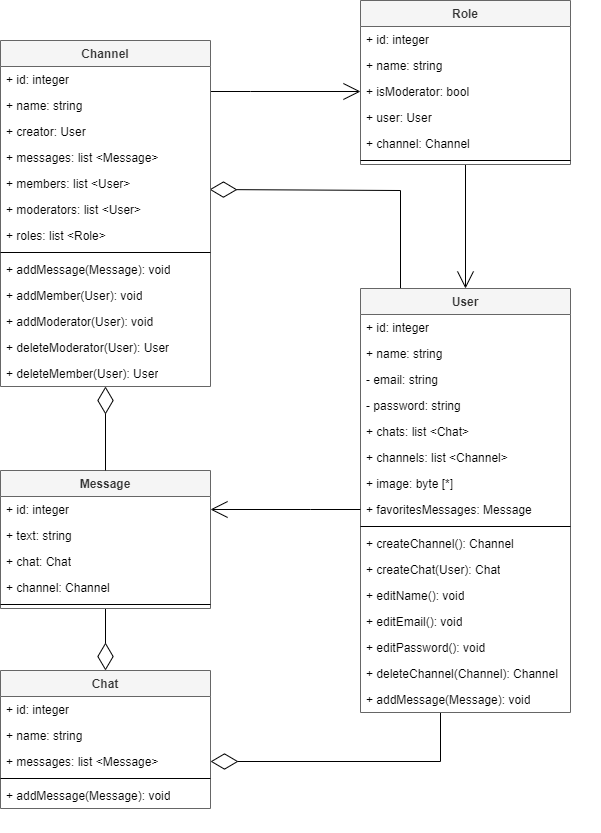
Above: Diagrams/Class Diagram/Диаграмма классов.png in TouristTokyo/messenger_project (draw.io), before the change. Source tidied: cells renumbered, new cells last; positions are measured from the earlier drawing's top-left corner, leaving out a move shared by most shapes. Source of this version:
```xml
<mxGraphModel>
  <root>
    <mxCell id="0" />
    <mxCell id="1" parent="0" />
    <mxCell id="2" style="edgeStyle=orthogonalEdgeStyle;rounded=0;jettySize=auto;html=1;entryX=1;entryY=0.5;entryDx=0;entryDy=0;endArrow=diamondThin;endFill=0;endSize=25;startArrow=none;startFill=0;" parent="1" edge="1" source="4" target="25">
      <mxGeometry relative="1" as="geometry">
        <Array as="points">
          <mxPoint x="440" y="761" />
        </Array>
      </mxGeometry>
    </mxCell>
    <mxCell id="3" style="edgeStyle=orthogonalEdgeStyle;rounded=0;jettySize=auto;html=1;entryX=0.995;entryY=0.731;entryDx=0;entryDy=0;entryPerimeter=0;endArrow=diamondThin;endFill=0;endSize=25;" parent="1" edge="1" source="4" target="41">
      <mxGeometry relative="1" as="geometry">
        <Array as="points">
          <mxPoint x="400" y="190" />
          <mxPoint x="209" y="190" />
        </Array>
      </mxGeometry>
    </mxCell>
    <mxCell id="4" value="User" style="swimlane;fontStyle=1;align=center;verticalAlign=top;horizontal=1;startSize=26;whiteSpace=wrap;html=1;fillColor=#f5f5f5;strokeColor=#666666;fontColor=#333333;" parent="1" vertex="1">
      <mxGeometry x="360" y="288" width="210" height="424" as="geometry" />
    </mxCell>
    <mxCell id="5" value="+ id: integer" style="text;strokeColor=none;fillColor=none;align=left;verticalAlign=top;spacingLeft=4;spacingRight=4;overflow=hidden;whiteSpace=wrap;html=1;" parent="4" vertex="1">
      <mxGeometry y="26" width="210" height="26" as="geometry" />
    </mxCell>
    <mxCell id="6" value="+ name: string" style="text;strokeColor=none;fillColor=none;align=left;verticalAlign=top;spacingLeft=4;spacingRight=4;overflow=hidden;whiteSpace=wrap;html=1;" parent="4" vertex="1">
      <mxGeometry y="52" width="210" height="26" as="geometry" />
    </mxCell>
    <mxCell id="7" value="- email: string" style="text;strokeColor=none;fillColor=none;align=left;verticalAlign=top;spacingLeft=4;spacingRight=4;overflow=hidden;whiteSpace=wrap;html=1;" parent="4" vertex="1">
      <mxGeometry y="78" width="210" height="26" as="geometry" />
    </mxCell>
    <mxCell id="8" value="- password: string" style="text;strokeColor=none;fillColor=none;align=left;verticalAlign=top;spacingLeft=4;spacingRight=4;overflow=hidden;whiteSpace=wrap;html=1;" parent="4" vertex="1">
      <mxGeometry y="104" width="210" height="26" as="geometry" />
    </mxCell>
    <mxCell id="9" value="+ chats: list &amp;lt;Chat&amp;gt;" style="text;strokeColor=none;fillColor=none;align=left;verticalAlign=top;spacingLeft=4;spacingRight=4;overflow=hidden;whiteSpace=wrap;html=1;" parent="4" vertex="1">
      <mxGeometry y="130" width="210" height="26" as="geometry" />
    </mxCell>
    <mxCell id="10" value="+ channels: list &amp;lt;Channel&amp;gt;" style="text;strokeColor=none;fillColor=none;align=left;verticalAlign=top;spacingLeft=4;spacingRight=4;overflow=hidden;whiteSpace=wrap;html=1;" parent="4" vertex="1">
      <mxGeometry y="156" width="210" height="26" as="geometry" />
    </mxCell>
    <mxCell id="11" value="+ image: byte [*]&amp;nbsp;" style="text;strokeColor=none;fillColor=none;align=left;verticalAlign=top;spacingLeft=4;spacingRight=4;overflow=hidden;whiteSpace=wrap;html=1;" parent="4" vertex="1">
      <mxGeometry y="182" width="210" height="26" as="geometry" />
    </mxCell>
    <mxCell id="12" value="+ favoritesMessages: Message&amp;nbsp;" style="text;strokeColor=none;fillColor=none;align=left;verticalAlign=top;spacingLeft=4;spacingRight=4;overflow=hidden;points=[[0,0.5],[1,0.5]];portConstraint=eastwest;whiteSpace=wrap;html=1;" parent="4" vertex="1">
      <mxGeometry y="208" width="210" height="26" as="geometry" />
    </mxCell>
    <mxCell id="13" style="line;strokeWidth=1;fillColor=none;align=left;verticalAlign=middle;spacingTop=-1;spacingLeft=3;spacingRight=3;labelPosition=right;strokeColor=default;" parent="4" vertex="1">
      <mxGeometry y="234" width="210" height="8" as="geometry" />
    </mxCell>
    <mxCell id="14" value="+ createChannel(): Channel" style="text;strokeColor=none;fillColor=none;align=left;verticalAlign=top;spacingLeft=4;spacingRight=4;overflow=hidden;whiteSpace=wrap;html=1;" parent="4" vertex="1">
      <mxGeometry y="242" width="210" height="26" as="geometry" />
    </mxCell>
    <mxCell id="15" value="+ createChat(User): Chat" style="text;strokeColor=none;fillColor=none;align=left;verticalAlign=top;spacingLeft=4;spacingRight=4;overflow=hidden;whiteSpace=wrap;html=1;" parent="4" vertex="1">
      <mxGeometry y="268" width="210" height="26" as="geometry" />
    </mxCell>
    <mxCell id="16" value="+ editName(): void" style="text;strokeColor=none;fillColor=none;align=left;verticalAlign=top;spacingLeft=4;spacingRight=4;overflow=hidden;whiteSpace=wrap;html=1;" parent="4" vertex="1">
      <mxGeometry y="294" width="210" height="26" as="geometry" />
    </mxCell>
    <mxCell id="17" value="+ editEmail(): void" style="text;strokeColor=none;fillColor=none;align=left;verticalAlign=top;spacingLeft=4;spacingRight=4;overflow=hidden;whiteSpace=wrap;html=1;" parent="4" vertex="1">
      <mxGeometry y="320" width="210" height="26" as="geometry" />
    </mxCell>
    <mxCell id="18" value="+ editPassword(): void" style="text;strokeColor=none;fillColor=none;align=left;verticalAlign=top;spacingLeft=4;spacingRight=4;overflow=hidden;whiteSpace=wrap;html=1;" parent="4" vertex="1">
      <mxGeometry y="346" width="210" height="26" as="geometry" />
    </mxCell>
    <mxCell id="19" value="+ deleteChannel(Channel): Channel" style="text;strokeColor=none;fillColor=none;align=left;verticalAlign=top;spacingLeft=4;spacingRight=4;overflow=hidden;whiteSpace=wrap;html=1;" parent="4" vertex="1">
      <mxGeometry y="372" width="210" height="26" as="geometry" />
    </mxCell>
    <mxCell id="20" value="+ addMessage(Message): void" style="text;strokeColor=none;fillColor=none;align=left;verticalAlign=top;spacingLeft=4;spacingRight=4;overflow=hidden;whiteSpace=wrap;html=1;" parent="4" vertex="1">
      <mxGeometry y="398" width="210" height="26" as="geometry" />
    </mxCell>
    <mxCell id="21" style="edgeStyle=orthogonalEdgeStyle;rounded=0;jettySize=auto;html=1;entryX=0.5;entryY=1;entryDx=0;entryDy=0;endArrow=none;endFill=0;startArrow=diamondThin;startFill=0;startSize=25;" parent="1" edge="1" source="22" target="28">
      <mxGeometry relative="1" as="geometry" />
    </mxCell>
    <mxCell id="22" value="Chat" style="swimlane;fontStyle=1;align=center;verticalAlign=top;horizontal=1;startSize=26;whiteSpace=wrap;html=1;fillColor=#f5f5f5;strokeColor=#666666;fontColor=#333333;" parent="1" vertex="1">
      <mxGeometry y="670" width="210" height="138" as="geometry" />
    </mxCell>
    <mxCell id="23" value="+ id: integer" style="text;strokeColor=none;fillColor=none;align=left;verticalAlign=top;spacingLeft=4;spacingRight=4;overflow=hidden;whiteSpace=wrap;html=1;" parent="22" vertex="1">
      <mxGeometry y="26" width="210" height="26" as="geometry" />
    </mxCell>
    <mxCell id="24" value="+ name: string" style="text;strokeColor=none;fillColor=none;align=left;verticalAlign=top;spacingLeft=4;spacingRight=4;overflow=hidden;whiteSpace=wrap;html=1;" parent="22" vertex="1">
      <mxGeometry y="52" width="210" height="26" as="geometry" />
    </mxCell>
    <mxCell id="25" value="+ messages: list &amp;lt;Message&amp;gt;" style="text;strokeColor=none;fillColor=none;align=left;verticalAlign=top;spacingLeft=4;spacingRight=4;overflow=hidden;points=[[0,0.5],[1,0.5]];portConstraint=eastwest;whiteSpace=wrap;html=1;" parent="22" vertex="1">
      <mxGeometry y="78" width="210" height="26" as="geometry" />
    </mxCell>
    <mxCell id="26" style="line;strokeWidth=1;fillColor=none;align=left;verticalAlign=middle;spacingTop=-1;spacingLeft=3;spacingRight=3;labelPosition=right;strokeColor=default;" parent="22" vertex="1">
      <mxGeometry y="104" width="210" height="8" as="geometry" />
    </mxCell>
    <mxCell id="27" value="+ addMessage(Message): void" style="text;strokeColor=none;fillColor=none;align=left;verticalAlign=top;spacingLeft=4;spacingRight=4;overflow=hidden;whiteSpace=wrap;html=1;" parent="22" vertex="1">
      <mxGeometry y="112" width="210" height="26" as="geometry" />
    </mxCell>
    <mxCell id="28" value="Message" style="swimlane;fontStyle=1;align=center;verticalAlign=top;horizontal=1;startSize=26;whiteSpace=wrap;html=1;fillColor=#f5f5f5;strokeColor=#666666;fontColor=#333333;" parent="1" vertex="1">
      <mxGeometry y="470" width="210" height="138" as="geometry" />
    </mxCell>
    <mxCell id="29" value="+ id: integer" style="text;strokeColor=none;fillColor=none;align=left;verticalAlign=top;spacingLeft=4;spacingRight=4;overflow=hidden;points=[[0,0.5],[1,0.5]];portConstraint=eastwest;whiteSpace=wrap;html=1;" parent="28" vertex="1">
      <mxGeometry y="26" width="210" height="26" as="geometry" />
    </mxCell>
    <mxCell id="30" value="+ text: string" style="text;strokeColor=none;fillColor=none;align=left;verticalAlign=top;spacingLeft=4;spacingRight=4;overflow=hidden;whiteSpace=wrap;html=1;" parent="28" vertex="1">
      <mxGeometry y="52" width="210" height="26" as="geometry" />
    </mxCell>
    <mxCell id="31" value="+ chat: Chat" style="text;strokeColor=none;fillColor=none;align=left;verticalAlign=top;spacingLeft=4;spacingRight=4;overflow=hidden;whiteSpace=wrap;html=1;" parent="28" vertex="1">
      <mxGeometry y="78" width="210" height="26" as="geometry" />
    </mxCell>
    <mxCell id="32" value="+ channel: Channel" style="text;strokeColor=none;fillColor=none;align=left;verticalAlign=top;spacingLeft=4;spacingRight=4;overflow=hidden;whiteSpace=wrap;html=1;" parent="28" vertex="1">
      <mxGeometry y="104" width="210" height="26" as="geometry" />
    </mxCell>
    <mxCell id="33" style="line;strokeWidth=1;fillColor=none;align=left;verticalAlign=middle;spacingTop=-1;spacingLeft=3;spacingRight=3;labelPosition=right;strokeColor=default;" parent="28" vertex="1">
      <mxGeometry y="130" width="210" height="8" as="geometry" />
    </mxCell>
    <mxCell id="34" style="edgeStyle=orthogonalEdgeStyle;rounded=0;jettySize=auto;html=1;endArrow=none;endFill=0;startArrow=diamondThin;startFill=0;targetPerimeterSpacing=0;sourcePerimeterSpacing=0;startSize=25;" parent="1" edge="1" source="36" target="28">
      <mxGeometry relative="1" as="geometry" />
    </mxCell>
    <mxCell id="35" style="edgeStyle=orthogonalEdgeStyle;rounded=0;jettySize=auto;html=1;entryX=0;entryY=0.5;entryDx=0;entryDy=0;endArrow=open;endFill=0;endSize=15;" parent="1" edge="1" source="36" target="54">
      <mxGeometry relative="1" as="geometry">
        <Array as="points">
          <mxPoint x="250" y="91" />
          <mxPoint x="250" y="91" />
        </Array>
      </mxGeometry>
    </mxCell>
    <mxCell id="36" value="Channel" style="swimlane;fontStyle=1;align=center;verticalAlign=top;horizontal=1;startSize=26;whiteSpace=wrap;html=1;fillColor=#f5f5f5;strokeColor=#666666;fontColor=#333333;" parent="1" vertex="1">
      <mxGeometry y="40" width="210" height="346" as="geometry" />
    </mxCell>
    <mxCell id="37" value="+ id: integer" style="text;strokeColor=none;fillColor=none;align=left;verticalAlign=top;spacingLeft=4;spacingRight=4;overflow=hidden;whiteSpace=wrap;html=1;" parent="36" vertex="1">
      <mxGeometry y="26" width="210" height="26" as="geometry" />
    </mxCell>
    <mxCell id="38" value="+ name: string" style="text;strokeColor=none;fillColor=none;align=left;verticalAlign=top;spacingLeft=4;spacingRight=4;overflow=hidden;whiteSpace=wrap;html=1;" parent="36" vertex="1">
      <mxGeometry y="52" width="210" height="26" as="geometry" />
    </mxCell>
    <mxCell id="39" value="+ creator: User" style="text;strokeColor=none;fillColor=none;align=left;verticalAlign=top;spacingLeft=4;spacingRight=4;overflow=hidden;whiteSpace=wrap;html=1;" parent="36" vertex="1">
      <mxGeometry y="78" width="210" height="26" as="geometry" />
    </mxCell>
    <mxCell id="40" value="+ messages: list &amp;lt;Message&amp;gt;" style="text;strokeColor=none;fillColor=none;align=left;verticalAlign=top;spacingLeft=4;spacingRight=4;overflow=hidden;whiteSpace=wrap;html=1;" parent="36" vertex="1">
      <mxGeometry y="104" width="210" height="26" as="geometry" />
    </mxCell>
    <mxCell id="41" value="+ members: list &amp;lt;User&amp;gt;" style="text;strokeColor=none;fillColor=none;align=left;verticalAlign=top;spacingLeft=4;spacingRight=4;overflow=hidden;points=[[0,0.5],[1,0.5]];portConstraint=eastwest;whiteSpace=wrap;html=1;" parent="36" vertex="1">
      <mxGeometry y="130" width="210" height="26" as="geometry" />
    </mxCell>
    <mxCell id="42" value="+ moderators: list &amp;lt;User&amp;gt;" style="text;strokeColor=none;fillColor=none;align=left;verticalAlign=top;spacingLeft=4;spacingRight=4;overflow=hidden;whiteSpace=wrap;html=1;" parent="36" vertex="1">
      <mxGeometry y="156" width="210" height="26" as="geometry" />
    </mxCell>
    <mxCell id="43" value="+ roles: list &amp;lt;Role&amp;gt;" style="text;strokeColor=none;fillColor=none;align=left;verticalAlign=top;spacingLeft=4;spacingRight=4;overflow=hidden;whiteSpace=wrap;html=1;" parent="36" vertex="1">
      <mxGeometry y="182" width="210" height="26" as="geometry" />
    </mxCell>
    <mxCell id="44" style="line;strokeWidth=1;fillColor=none;align=left;verticalAlign=middle;spacingTop=-1;spacingLeft=3;spacingRight=3;labelPosition=right;strokeColor=default;" parent="36" vertex="1">
      <mxGeometry y="208" width="210" height="8" as="geometry" />
    </mxCell>
    <mxCell id="45" value="+ addMessage(Message): void" style="text;strokeColor=none;fillColor=none;align=left;verticalAlign=top;spacingLeft=4;spacingRight=4;overflow=hidden;whiteSpace=wrap;html=1;" parent="36" vertex="1">
      <mxGeometry y="216" width="210" height="26" as="geometry" />
    </mxCell>
    <mxCell id="46" value="+ addMember(User): void" style="text;strokeColor=none;fillColor=none;align=left;verticalAlign=top;spacingLeft=4;spacingRight=4;overflow=hidden;whiteSpace=wrap;html=1;" parent="36" vertex="1">
      <mxGeometry y="242" width="210" height="26" as="geometry" />
    </mxCell>
    <mxCell id="47" value="+ addModerator(User): void" style="text;strokeColor=none;fillColor=none;align=left;verticalAlign=top;spacingLeft=4;spacingRight=4;overflow=hidden;whiteSpace=wrap;html=1;" parent="36" vertex="1">
      <mxGeometry y="268" width="210" height="26" as="geometry" />
    </mxCell>
    <mxCell id="48" value="+ deleteModerator(User): User" style="text;strokeColor=none;fillColor=none;align=left;verticalAlign=top;spacingLeft=4;spacingRight=4;overflow=hidden;whiteSpace=wrap;html=1;" parent="36" vertex="1">
      <mxGeometry y="294" width="210" height="26" as="geometry" />
    </mxCell>
    <mxCell id="49" value="+ deleteMember(User): User" style="text;strokeColor=none;fillColor=none;align=left;verticalAlign=top;spacingLeft=4;spacingRight=4;overflow=hidden;whiteSpace=wrap;html=1;" parent="36" vertex="1">
      <mxGeometry y="320" width="210" height="26" as="geometry" />
    </mxCell>
    <mxCell id="50" style="edgeStyle=orthogonalEdgeStyle;rounded=0;jettySize=auto;html=1;entryX=0.5;entryY=0;entryDx=0;entryDy=0;endArrow=open;endFill=0;endSize=15;" parent="1" edge="1" source="51" target="4">
      <mxGeometry relative="1" as="geometry" />
    </mxCell>
    <mxCell id="51" value="Role" style="swimlane;fontStyle=1;align=center;verticalAlign=top;horizontal=1;startSize=26;whiteSpace=wrap;html=1;fillColor=#f5f5f5;strokeColor=#666666;fontColor=#333333;" parent="1" vertex="1">
      <mxGeometry x="360" width="210" height="164" as="geometry" />
    </mxCell>
    <mxCell id="52" value="+ id: integer" style="text;strokeColor=none;fillColor=none;align=left;verticalAlign=top;spacingLeft=4;spacingRight=4;overflow=hidden;whiteSpace=wrap;html=1;" parent="51" vertex="1">
      <mxGeometry y="26" width="210" height="26" as="geometry" />
    </mxCell>
    <mxCell id="53" value="+ name: string" style="text;strokeColor=none;fillColor=none;align=left;verticalAlign=top;spacingLeft=4;spacingRight=4;overflow=hidden;whiteSpace=wrap;html=1;" parent="51" vertex="1">
      <mxGeometry y="52" width="210" height="26" as="geometry" />
    </mxCell>
    <mxCell id="54" value="+ isModerator: bool" style="text;strokeColor=none;fillColor=none;align=left;verticalAlign=top;spacingLeft=4;spacingRight=4;overflow=hidden;points=[[0,0.5],[1,0.5]];portConstraint=eastwest;whiteSpace=wrap;html=1;" parent="51" vertex="1">
      <mxGeometry y="78" width="210" height="26" as="geometry" />
    </mxCell>
    <mxCell id="55" value="+ user: User" style="text;strokeColor=none;fillColor=none;align=left;verticalAlign=top;spacingLeft=4;spacingRight=4;overflow=hidden;whiteSpace=wrap;html=1;" parent="51" vertex="1">
      <mxGeometry y="104" width="210" height="26" as="geometry" />
    </mxCell>
    <mxCell id="56" value="+ channel: Channel" style="text;strokeColor=none;fillColor=none;align=left;verticalAlign=top;spacingLeft=4;spacingRight=4;overflow=hidden;whiteSpace=wrap;html=1;" parent="51" vertex="1">
      <mxGeometry y="130" width="210" height="26" as="geometry" />
    </mxCell>
    <mxCell id="57" style="line;strokeWidth=1;fillColor=none;align=left;verticalAlign=middle;spacingTop=-1;spacingLeft=3;spacingRight=3;labelPosition=right;strokeColor=default;" parent="51" vertex="1">
      <mxGeometry y="156" width="210" height="8" as="geometry" />
    </mxCell>
    <mxCell id="58" style="edgeStyle=orthogonalEdgeStyle;rounded=0;jettySize=auto;html=1;entryX=1;entryY=0.5;entryDx=0;entryDy=0;endArrow=open;endFill=0;endSize=15;" parent="1" edge="1" source="12" target="29">
      <mxGeometry relative="1" as="geometry">
        <Array as="points">
          <mxPoint x="310" y="509" />
          <mxPoint x="310" y="509" />
        </Array>
      </mxGeometry>
    </mxCell>
  </root>
</mxGraphModel>
```
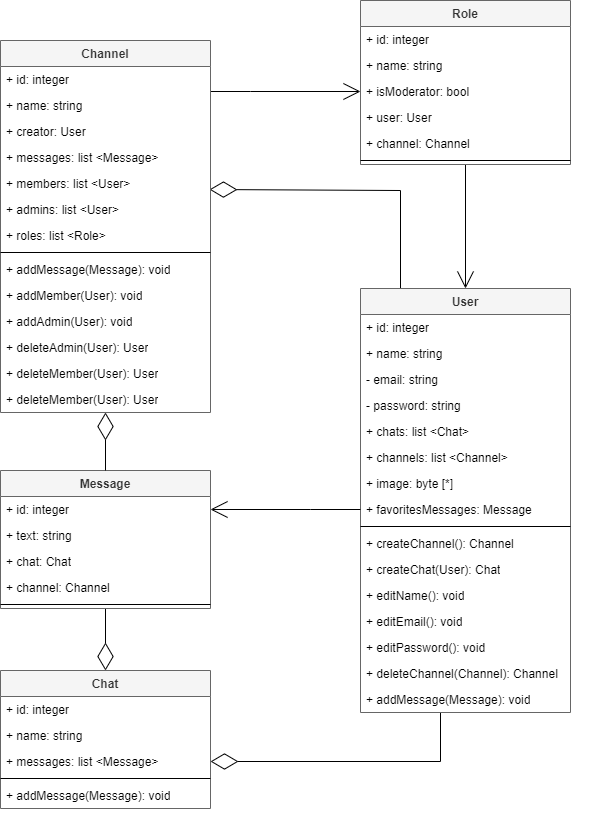
Above is the later version.

Commit message:
added class diagram, object diagram and collaboration diagram

What changed in the source:
```diff
@@ -119,7 +119,7 @@
       </mxGeometry>
     </mxCell>
     <mxCell id="36" value="Channel" style="swimlane;fontStyle=1;align=center;verticalAlign=top;horizontal=1;startSize=26;whiteSpace=wrap;html=1;fillColor=#f5f5f5;strokeColor=#666666;fontColor=#333333;" parent="1" vertex="1">
-      <mxGeometry y="40" width="210" height="346" as="geometry" />
+      <mxGeometry y="40" width="210" height="372" as="geometry" />
     </mxCell>
     <mxCell id="37" value="+ id: integer" style="text;strokeColor=none;fillColor=none;align=left;verticalAlign=top;spacingLeft=4;spacingRight=4;overflow=hidden;whiteSpace=wrap;html=1;" parent="36" vertex="1">
       <mxGeometry y="26" width="210" height="26" as="geometry" />
@@ -136,7 +136,7 @@
     <mxCell id="41" value="+ members: list &amp;lt;User&amp;gt;" style="text;strokeColor=none;fillColor=none;align=left;verticalAlign=top;spacingLeft=4;spacingRight=4;overflow=hidden;points=[[0,0.5],[1,0.5]];portConstraint=eastwest;whiteSpace=wrap;html=1;" parent="36" vertex="1">
       <mxGeometry y="130" width="210" height="26" as="geometry" />
     </mxCell>
-    <mxCell id="42" value="+ moderators: list &amp;lt;User&amp;gt;" style="text;strokeColor=none;fillColor=none;align=left;verticalAlign=top;spacingLeft=4;spacingRight=4;overflow=hidden;whiteSpace=wrap;html=1;" parent="36" vertex="1">
+    <mxCell id="42" value="+ admins: list &amp;lt;User&amp;gt;" style="text;strokeColor=none;fillColor=none;align=left;verticalAlign=top;spacingLeft=4;spacingRight=4;overflow=hidden;whiteSpace=wrap;html=1;" parent="36" vertex="1">
       <mxGeometry y="156" width="210" height="26" as="geometry" />
     </mxCell>
     <mxCell id="43" value="+ roles: list &amp;lt;Role&amp;gt;" style="text;strokeColor=none;fillColor=none;align=left;verticalAlign=top;spacingLeft=4;spacingRight=4;overflow=hidden;whiteSpace=wrap;html=1;" parent="36" vertex="1">
@@ -151,15 +151,18 @@
     <mxCell id="46" value="+ addMember(User): void" style="text;strokeColor=none;fillColor=none;align=left;verticalAlign=top;spacingLeft=4;spacingRight=4;overflow=hidden;whiteSpace=wrap;html=1;" parent="36" vertex="1">
       <mxGeometry y="242" width="210" height="26" as="geometry" />
     </mxCell>
-    <mxCell id="47" value="+ addModerator(User): void" style="text;strokeColor=none;fillColor=none;align=left;verticalAlign=top;spacingLeft=4;spacingRight=4;overflow=hidden;whiteSpace=wrap;html=1;" parent="36" vertex="1">
+    <mxCell id="47" value="+ addAdmin(User): void" style="text;strokeColor=none;fillColor=none;align=left;verticalAlign=top;spacingLeft=4;spacingRight=4;overflow=hidden;whiteSpace=wrap;html=1;" parent="36" vertex="1">
       <mxGeometry y="268" width="210" height="26" as="geometry" />
     </mxCell>
-    <mxCell id="48" value="+ deleteModerator(User): User" style="text;strokeColor=none;fillColor=none;align=left;verticalAlign=top;spacingLeft=4;spacingRight=4;overflow=hidden;whiteSpace=wrap;html=1;" parent="36" vertex="1">
+    <mxCell id="48" value="+ deleteAdmin(User): User" style="text;strokeColor=none;fillColor=none;align=left;verticalAlign=top;spacingLeft=4;spacingRight=4;overflow=hidden;whiteSpace=wrap;html=1;" parent="36" vertex="1">
       <mxGeometry y="294" width="210" height="26" as="geometry" />
     </mxCell>
     <mxCell id="49" value="+ deleteMember(User): User" style="text;strokeColor=none;fillColor=none;align=left;verticalAlign=top;spacingLeft=4;spacingRight=4;overflow=hidden;whiteSpace=wrap;html=1;" parent="36" vertex="1">
       <mxGeometry y="320" width="210" height="26" as="geometry" />
     </mxCell>
+    <mxCell id="59" value="+ deleteMember(User): User" style="text;strokeColor=none;fillColor=none;align=left;verticalAlign=top;spacingLeft=4;spacingRight=4;overflow=hidden;whiteSpace=wrap;html=1;" parent="36" vertex="1">
+      <mxGeometry y="346" width="210" height="26" as="geometry" />
+    </mxCell>
     <mxCell id="50" style="edgeStyle=orthogonalEdgeStyle;rounded=0;jettySize=auto;html=1;entryX=0.5;entryY=0;entryDx=0;entryDy=0;endArrow=open;endFill=0;endSize=15;" parent="1" edge="1" source="51" target="4">
       <mxGeometry relative="1" as="geometry" />
     </mxCell>
```
